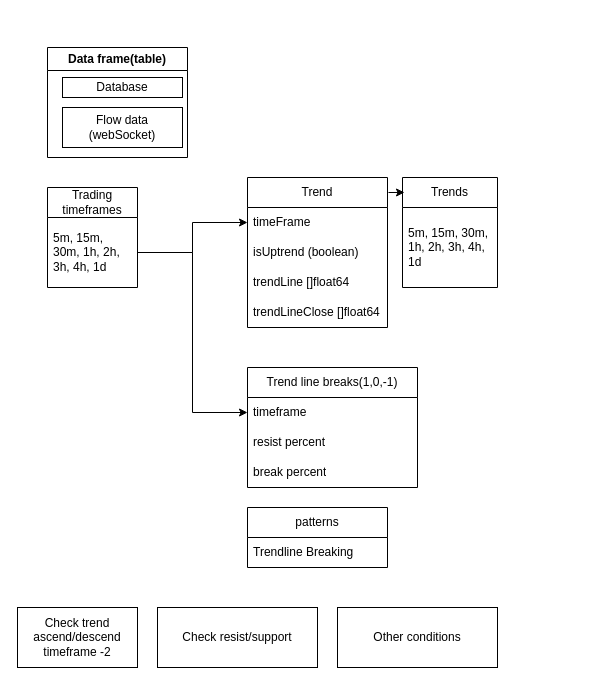
The draw.io diagram docs/algoTrade.drawio in Hardmun/trading, before the edit. Source tidied: cells renumbered, new cells numbered last; positions are measured from the earlier drawing's top-left corner, leaving out a move shared by most shapes. Both pictures are drawn from the tidied source at 100%, with x=0, y=0 at pixel (17, 47).
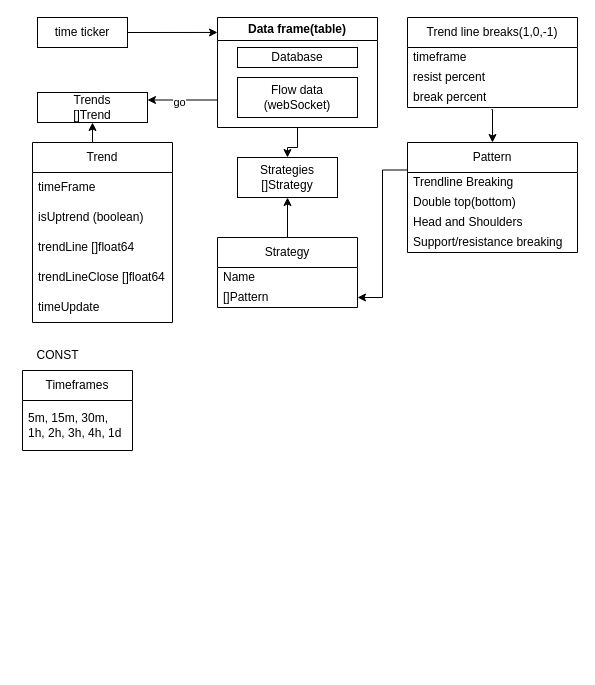
After the change.

Unchanged cells that the change refers to:
```xml
<mxCell id="13" value="timeFrame" style="text;strokeColor=none;fillColor=none;align=left;verticalAlign=middle;spacingLeft=4;spacingRight=4;overflow=hidden;points=[[0,0.5],[1,0.5]];portConstraint=eastwest;whiteSpace=wrap;html=1;" parent="12" vertex="1">
  <mxGeometry y="30" width="140" height="30" as="geometry" />
</mxCell>
```

Diff of the diagram source:
```diff
@@
-    <mxCell id="2" value="Check resist/support" style="rounded=0;whiteSpace=wrap;html=1;" parent="1" vertex="1">
-      <mxGeometry x="140" y="560" width="160" height="60" as="geometry" />
-    </mxCell>
-    <mxCell id="3" value="Trading&lt;br&gt;timeframes" style="swimlane;fontStyle=0;horizontal=1;startSize=30;whiteSpace=wrap;html=1;swimlaneLine=1;rounded=0;shadow=0;glass=0;" parent="1" vertex="1">
-      <mxGeometry x="30" y="140" width="90" height="100" as="geometry" />
+    <mxCell id="3" value="Timeframes" style="swimlane;fontStyle=0;horizontal=1;startSize=30;whiteSpace=wrap;html=1;swimlaneLine=1;rounded=0;shadow=0;glass=0;" parent="1" vertex="1">
+      <mxGeometry x="5" y="323" width="110" height="80" as="geometry" />
     </mxCell>
     <mxCell id="4" value="5m, 15m, 30m, 1h, 2h, 3h, 4h, 1d" style="text;strokeColor=none;fillColor=none;align=left;verticalAlign=middle;spacingLeft=4;spacingRight=4;overflow=hidden;points=[[0,0.5],[1,0.5]];portConstraint=eastwest;whiteSpace=wrap;html=1;" parent="3" vertex="1">
-      <mxGeometry y="30" width="90" height="70" as="geometry" />
+      <mxGeometry y="30" width="110" height="50" as="geometry" />
     </mxCell>
-    <mxCell id="5" value="Check trend&lt;br&gt;ascend/descend&lt;br&gt;timeframe -2" style="rounded=0;whiteSpace=wrap;html=1;" parent="1" vertex="1">
-      <mxGeometry y="560" width="120" height="60" as="geometry" />
-    </mxCell>
+    <mxCell id="26" style="edgeStyle=orthogonalEdgeStyle;rounded=0;jettySize=auto;html=1;exitX=0;exitY=0.75;exitDx=0;exitDy=0;entryX=1;entryY=0.25;entryDx=0;entryDy=0;" parent="1" edge="1" source="6" target="39">
+      <mxGeometry relative="1" as="geometry" />
+    </mxCell>
+    <mxCell id="27" value="go" style="edgeLabel;html=1;align=center;verticalAlign=middle;" parent="26" vertex="1">
+      <mxGeometry x="0.12" y="2" relative="1" as="geometry" />
+    </mxCell>
+    <mxCell id="28" style="edgeStyle=orthogonalEdgeStyle;rounded=0;jettySize=auto;html=1;" parent="1" edge="1" source="6" target="37">
+      <mxGeometry relative="1" as="geometry" />
+    </mxCell>
     <mxCell id="6" value="Data frame(table)" style="swimlane;whiteSpace=wrap;html=1;" parent="1" vertex="1">
-      <mxGeometry x="30" width="140" height="110" as="geometry" />
+      <mxGeometry x="200" y="-30" width="160" height="110" as="geometry" />
     </mxCell>
     <mxCell id="7" value="Flow data&lt;br&gt;(webSocket)" style="rounded=0;whiteSpace=wrap;html=1;" parent="6" vertex="1">
-      <mxGeometry x="15" y="60" width="120" height="40" as="geometry" />
+      <mxGeometry x="20" y="60" width="120" height="40" as="geometry" />
     </mxCell>
     <mxCell id="8" value="Database" style="rounded=0;whiteSpace=wrap;html=1;" parent="6" vertex="1">
-      <mxGeometry x="15" y="30" width="120" height="20" as="geometry" />
+      <mxGeometry x="20" y="30" width="120" height="20" as="geometry" />
     </mxCell>
-    <mxCell id="9" value="Other conditions" style="rounded=0;whiteSpace=wrap;html=1;" parent="1" vertex="1">
-      <mxGeometry x="320" y="560" width="160" height="60" as="geometry" />
-    </mxCell>
-    <mxCell id="10" value="Tre&lt;span style=&quot;background-color: initial;&quot;&gt;nds&lt;/span&gt;" style="swimlane;fontStyle=0;horizontal=1;startSize=30;whiteSpace=wrap;html=1;swimlaneLine=1;rounded=0;shadow=0;glass=0;" parent="1" vertex="1">
-      <mxGeometry x="385" y="130" width="95" height="110" as="geometry" />
-    </mxCell>
-    <mxCell id="11" value="5m, 15m, 30m, 1h, 2h, 3h, 4h, 1d" style="text;strokeColor=none;fillColor=none;align=left;verticalAlign=middle;spacingLeft=4;spacingRight=4;overflow=hidden;whiteSpace=wrap;html=1;" parent="10" vertex="1">
-      <mxGeometry y="30" width="95" height="80" as="geometry" />
-    </mxCell>
+    <mxCell id="29" style="edgeStyle=orthogonalEdgeStyle;rounded=0;jettySize=auto;html=1;exitX=0.5;exitY=0;exitDx=0;exitDy=0;entryX=0.5;entryY=1;entryDx=0;entryDy=0;" parent="1" edge="1" source="12" target="39">
+      <mxGeometry relative="1" as="geometry" />
+    </mxCell>
     <mxCell id="12" value="Trend" style="swimlane;fontStyle=0;horizontal=1;startSize=30;whiteSpace=wrap;html=1;" parent="1" vertex="1">
-      <mxGeometry x="230" y="130" width="140" height="150" as="geometry" />
+      <mxGeometry x="15" y="95" width="140" height="180" as="geometry" />
     </mxCell>
@@
-    <mxCell id="17" style="edgeStyle=orthogonalEdgeStyle;rounded=0;jettySize=auto;html=1;exitX=1;exitY=0.5;exitDx=0;exitDy=0;" parent="1" edge="1" source="4" target="13">
-      <mxGeometry relative="1" as="geometry" />
-    </mxCell>
-    <mxCell id="18" style="edgeStyle=orthogonalEdgeStyle;rounded=0;jettySize=auto;html=1;exitX=1.007;exitY=0.1;exitDx=0;exitDy=0;entryX=0.021;entryY=0.136;entryDx=0;entryDy=0;exitPerimeter=0;entryPerimeter=0;" parent="1" edge="1" source="12" target="10">
-      <mxGeometry relative="1" as="geometry" />
-    </mxCell>
+    <mxCell id="30" value="timeUpdate" style="text;strokeColor=none;fillColor=none;align=left;verticalAlign=middle;spacingLeft=4;spacingRight=4;overflow=hidden;whiteSpace=wrap;html=1;" parent="12" vertex="1">
+      <mxGeometry y="150" width="140" height="30" as="geometry" />
+    </mxCell>
+    <mxCell id="31" style="edgeStyle=orthogonalEdgeStyle;rounded=0;jettySize=auto;html=1;exitX=0;exitY=0.25;exitDx=0;exitDy=0;entryX=1;entryY=0.5;entryDx=0;entryDy=0;" parent="1" edge="1" source="19" target="42">
+      <mxGeometry relative="1" as="geometry" />
+    </mxCell>
-    <mxCell id="19" value="patterns" style="swimlane;fontStyle=0;horizontal=1;startSize=30;whiteSpace=wrap;html=1;" parent="1" vertex="1">
-      <mxGeometry x="230" y="460" width="140" height="60" as="geometry" />
+    <mxCell id="19" value="Pattern" style="swimlane;fontStyle=0;horizontal=1;startSize=30;whiteSpace=wrap;html=1;" parent="1" vertex="1">
+      <mxGeometry x="390" y="95" width="170" height="110" as="geometry" />
     </mxCell>
     <mxCell id="20" value="Trendline Breaking" style="text;strokeColor=none;fillColor=none;align=left;verticalAlign=middle;spacingLeft=4;spacingRight=4;overflow=hidden;whiteSpace=wrap;html=1;" parent="19" vertex="1">
-      <mxGeometry y="30" width="140" height="30" as="geometry" />
+      <mxGeometry y="30" width="170" height="20" as="geometry" />
     </mxCell>
+    <mxCell id="32" value="Double top(bottom)" style="text;strokeColor=none;fillColor=none;align=left;verticalAlign=middle;spacingLeft=4;spacingRight=4;overflow=hidden;whiteSpace=wrap;html=1;" parent="19" vertex="1">
+      <mxGeometry y="50" width="170" height="20" as="geometry" />
+    </mxCell>
+    <mxCell id="33" value="Head and Shoulders" style="text;strokeColor=none;fillColor=none;align=left;verticalAlign=middle;spacingLeft=4;spacingRight=4;overflow=hidden;whiteSpace=wrap;html=1;" parent="19" vertex="1">
+      <mxGeometry y="70" width="170" height="20" as="geometry" />
+    </mxCell>
+    <mxCell id="34" value="Support/resistance breaking" style="text;strokeColor=none;fillColor=none;align=left;verticalAlign=middle;spacingLeft=4;spacingRight=4;overflow=hidden;whiteSpace=wrap;html=1;" parent="19" vertex="1">
+      <mxGeometry y="90" width="170" height="20" as="geometry" />
+    </mxCell>
     <mxCell id="21" value="Trend line breaks(1,0,-1)" style="swimlane;fontStyle=0;horizontal=1;startSize=30;whiteSpace=wrap;html=1;" parent="1" vertex="1">
-      <mxGeometry x="230" y="320" width="170" height="120" as="geometry" />
+      <mxGeometry x="390" y="-30" width="170" height="90" as="geometry" />
     </mxCell>
     <mxCell id="22" value="timeframe" style="text;strokeColor=none;fillColor=none;align=left;verticalAlign=middle;spacingLeft=4;spacingRight=4;overflow=hidden;points=[[0,0.5],[1,0.5]];portConstraint=eastwest;whiteSpace=wrap;html=1;" parent="21" vertex="1">
-      <mxGeometry y="30" width="170" height="30" as="geometry" />
+      <mxGeometry y="30" width="170" height="20" as="geometry" />
     </mxCell>
     <mxCell id="23" value="resist percent" style="text;strokeColor=none;fillColor=none;align=left;verticalAlign=middle;spacingLeft=4;spacingRight=4;overflow=hidden;whiteSpace=wrap;html=1;" parent="21" vertex="1">
-      <mxGeometry y="60" width="170" height="30" as="geometry" />
+      <mxGeometry y="50" width="170" height="20" as="geometry" />
     </mxCell>
     <mxCell id="24" value="break percent" style="text;strokeColor=none;fillColor=none;align=left;verticalAlign=middle;spacingLeft=4;spacingRight=4;overflow=hidden;points=[[0,0.5],[1,0.5]];portConstraint=eastwest;whiteSpace=wrap;html=1;" parent="21" vertex="1">
-      <mxGeometry y="90" width="170" height="30" as="geometry" />
+      <mxGeometry y="70" width="170" height="20" as="geometry" />
     </mxCell>
-    <mxCell id="25" style="edgeStyle=orthogonalEdgeStyle;rounded=0;jettySize=auto;html=1;entryX=0;entryY=0.5;entryDx=0;entryDy=0;" parent="1" edge="1" source="4" target="22">
-      <mxGeometry relative="1" as="geometry" />
-    </mxCell>
+    <mxCell id="35" value="time ticker" style="rounded=0;whiteSpace=wrap;html=1;" parent="1" vertex="1">
+      <mxGeometry x="20" y="-30" width="90" height="30" as="geometry" />
+    </mxCell>
+    <mxCell id="36" style="edgeStyle=orthogonalEdgeStyle;rounded=0;jettySize=auto;html=1;exitX=0.5;exitY=0;exitDx=0;exitDy=0;entryX=0.5;entryY=1;entryDx=0;entryDy=0;" parent="1" edge="1" source="40" target="37">
+      <mxGeometry relative="1" as="geometry" />
+    </mxCell>
+    <mxCell id="37" value="Strategies&lt;br&gt;[]Strategy" style="rounded=0;whiteSpace=wrap;html=1;" parent="1" vertex="1">
+      <mxGeometry x="220" y="110" width="100" height="40" as="geometry" />
+    </mxCell>
+    <mxCell id="38" style="edgeStyle=orthogonalEdgeStyle;rounded=0;jettySize=auto;html=1;exitX=1;exitY=0.5;exitDx=0;exitDy=0;entryX=0;entryY=0.136;entryDx=0;entryDy=0;entryPerimeter=0;" parent="1" edge="1" source="35" target="6">
+      <mxGeometry relative="1" as="geometry" />
+    </mxCell>
+    <mxCell id="39" value="Tre&lt;span style=&quot;background-color: initial;&quot;&gt;nds&lt;br&gt;&lt;/span&gt;&lt;span style=&quot;text-align: left;&quot;&gt;[]Trend&lt;/span&gt;&lt;span style=&quot;background-color: initial;&quot;&gt;&lt;/span&gt;" style="rounded=0;whiteSpace=wrap;html=1;" parent="1" vertex="1">
+      <mxGeometry x="20" y="45" width="110" height="30" as="geometry" />
+    </mxCell>
+    <mxCell id="40" value="Strategy" style="swimlane;fontStyle=0;horizontal=1;startSize=30;whiteSpace=wrap;html=1;" parent="1" vertex="1">
+      <mxGeometry x="200" y="190" width="140" height="70" as="geometry" />
+    </mxCell>
+    <mxCell id="41" value="Name" style="text;strokeColor=none;fillColor=none;align=left;verticalAlign=middle;spacingLeft=4;spacingRight=4;overflow=hidden;whiteSpace=wrap;html=1;" parent="40" vertex="1">
+      <mxGeometry y="30" width="140" height="20" as="geometry" />
+    </mxCell>
+    <mxCell id="42" value="[]Pattern" style="text;strokeColor=none;fillColor=none;align=left;verticalAlign=middle;spacingLeft=4;spacingRight=4;overflow=hidden;points=[[0,0.5],[1,0.5]];portConstraint=eastwest;whiteSpace=wrap;html=1;" parent="40" vertex="1">
+      <mxGeometry y="50" width="140" height="20" as="geometry" />
+    </mxCell>
+    <mxCell id="43" value="CONST" style="text;html=1;align=center;verticalAlign=middle;strokeColor=none;fillColor=none;" parent="1" vertex="1">
+      <mxGeometry x="5" y="293" width="70" height="30" as="geometry" />
+    </mxCell>
+    <mxCell id="44" style="edgeStyle=orthogonalEdgeStyle;rounded=0;jettySize=auto;html=1;exitX=0.494;exitY=1.1;exitDx=0;exitDy=0;entryX=0.5;entryY=0;entryDx=0;entryDy=0;exitPerimeter=0;" parent="1" edge="1" source="24" target="19">
+      <mxGeometry relative="1" as="geometry" />
+    </mxCell>
```
